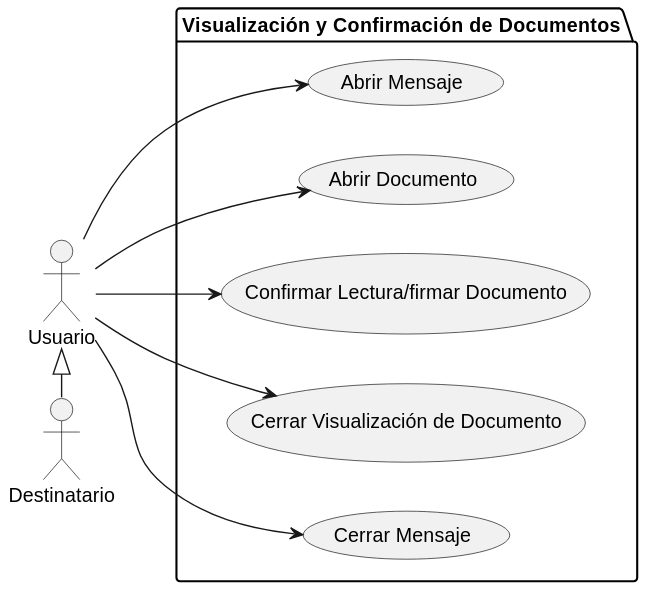
This is docs/casosDeUso/diagramaCasosDeUso/visualizacionConfirmacionDocumentos/visualizacionConfirmacionDocumentos.svg from mmasias/24-25-IdSw1-SDR, a PlantUML export, as it was before one commit.
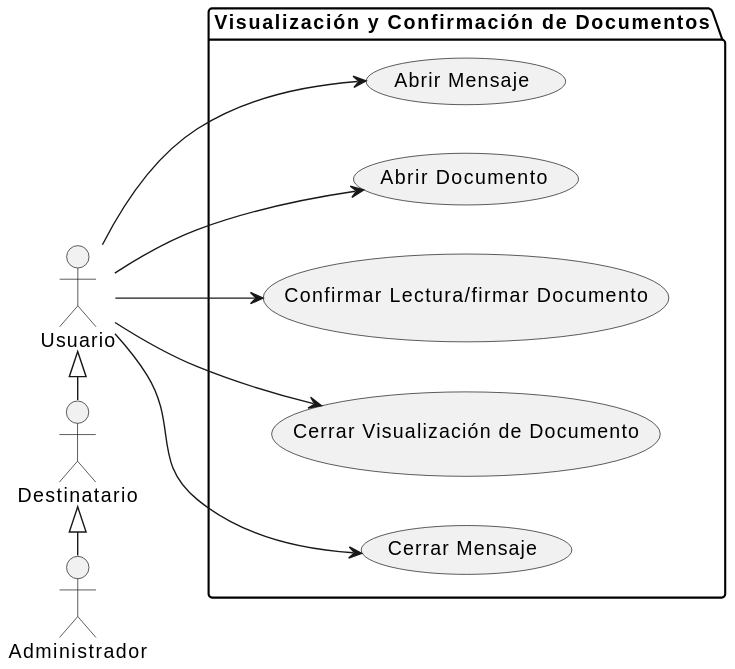
After the change.

Commit message:
fix: actualizar caso de uso administrador

What changed in the source:
```diff
@@ -12,6 +12,7 @@
 }
 
 Usuario <|- Destinatario
+Destinatario <|- Administrador
 Usuario --> VCD1
 Usuario --> VCD2
 Usuario --> VCD3
```
